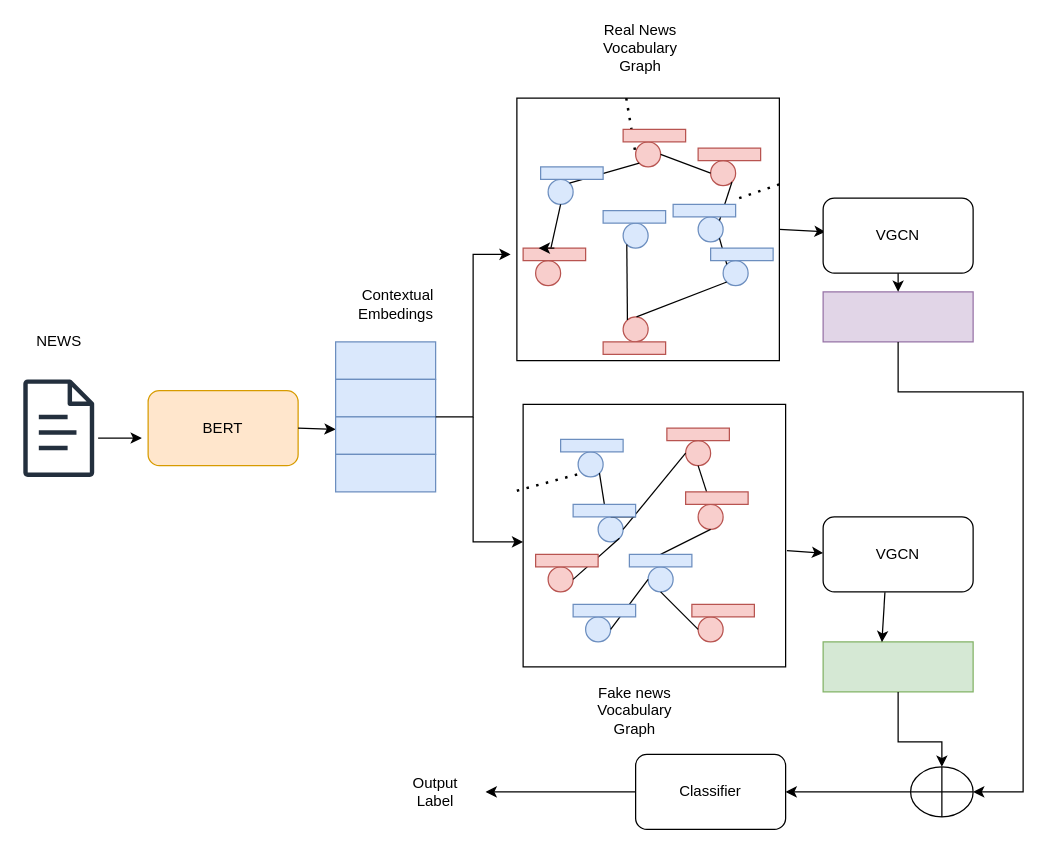
Above: page "Page-1" (2 of 2) of GraphBERT.drawio in prabsh/pj (draw.io), before the change. Source tidied: cells renumbered, new cells numbered last; positions are measured from the earlier drawing's top-left corner, leaving out a move shared by most shapes. Both pictures are drawn from the tidied source at 125%, with x=0, y=0 at pixel (20, 29).
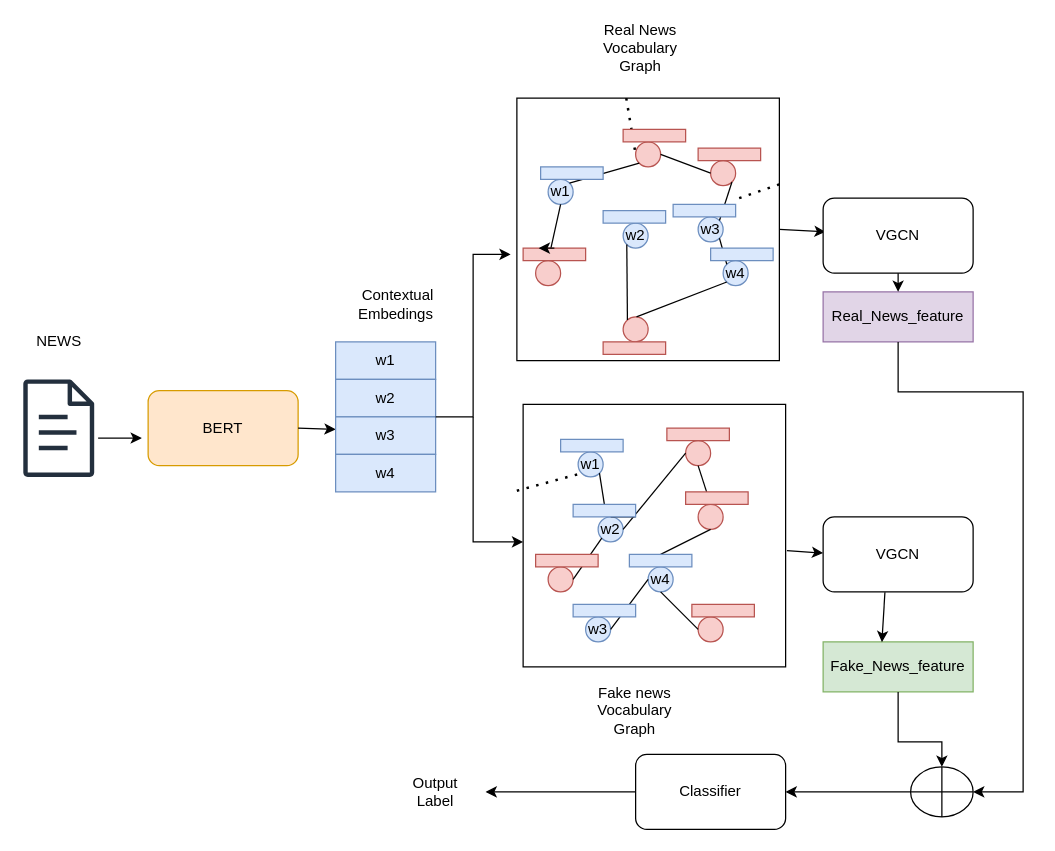
The same page after the edit.

The change refers to these unchanged cells:
```xml
<mxCell id="41" style="ellipse;whiteSpace=wrap;html=1;fillColor=#f8cecc;strokeColor=#b85450;" parent="1" vertex="1">
  <mxGeometry x="422" y="430" width="20" height="20" as="geometry" />
</mxCell>
```

The edit, as a diff of the source:
```diff
@@
-    <mxCell id="6" style="rounded=0;whiteSpace=wrap;html=1;fillColor=#dae8fc;strokeColor=#6c8ebf;" parent="1" vertex="1">
+    <mxCell id="6" value="w1" style="rounded=0;whiteSpace=wrap;html=1;fillColor=#dae8fc;strokeColor=#6c8ebf;" parent="1" vertex="1">
       <mxGeometry x="252" y="250" width="80" height="30" as="geometry" />
     </mxCell>
-    <mxCell id="7" style="rounded=0;whiteSpace=wrap;html=1;fillColor=#dae8fc;strokeColor=#6c8ebf;" parent="1" vertex="1">
+    <mxCell id="7" value="w2" style="rounded=0;whiteSpace=wrap;html=1;fillColor=#dae8fc;strokeColor=#6c8ebf;" parent="1" vertex="1">
       <mxGeometry x="252" y="280" width="80" height="30" as="geometry" />
     </mxCell>
-    <mxCell id="8" style="rounded=0;whiteSpace=wrap;html=1;fillColor=#dae8fc;strokeColor=#6c8ebf;" parent="1" vertex="1">
+    <mxCell id="8" value="w3" style="rounded=0;whiteSpace=wrap;html=1;fillColor=#dae8fc;strokeColor=#6c8ebf;" parent="1" vertex="1">
       <mxGeometry x="252" y="310" width="80" height="30" as="geometry" />
     </mxCell>
-    <mxCell id="9" style="rounded=0;whiteSpace=wrap;html=1;fillColor=#dae8fc;strokeColor=#6c8ebf;" parent="1" vertex="1">
+    <mxCell id="9" value="w4" style="rounded=0;whiteSpace=wrap;html=1;fillColor=#dae8fc;strokeColor=#6c8ebf;" parent="1" vertex="1">
       <mxGeometry x="252" y="340" width="80" height="30" as="geometry" />
     </mxCell>
@@
-    <mxCell id="11" style="ellipse;whiteSpace=wrap;html=1;fillColor=#dae8fc;strokeColor=#6c8ebf;" parent="1" vertex="1">
+    <mxCell id="11" value="w1" style="ellipse;whiteSpace=wrap;html=1;fillColor=#dae8fc;strokeColor=#6c8ebf;" parent="1" vertex="1">
       <mxGeometry x="422" y="120" width="20" height="20" as="geometry" />
     </mxCell>
@@
-    <mxCell id="13" style="ellipse;whiteSpace=wrap;html=1;fillColor=#dae8fc;strokeColor=#6c8ebf;" parent="1" vertex="1">
+    <mxCell id="13" value="w3" style="ellipse;whiteSpace=wrap;html=1;fillColor=#dae8fc;strokeColor=#6c8ebf;" parent="1" vertex="1">
       <mxGeometry x="542" y="150" width="20" height="20" as="geometry" />
     </mxCell>
@@
-    <mxCell id="15" style="ellipse;whiteSpace=wrap;html=1;fillColor=#dae8fc;strokeColor=#6c8ebf;" parent="1" vertex="1">
+    <mxCell id="15" value="w4" style="ellipse;whiteSpace=wrap;html=1;fillColor=#dae8fc;strokeColor=#6c8ebf;" parent="1" vertex="1">
       <mxGeometry x="562" y="185" width="20" height="20" as="geometry" />
     </mxCell>
-    <mxCell id="16" style="ellipse;whiteSpace=wrap;html=1;fillColor=#dae8fc;strokeColor=#6c8ebf;" parent="1" vertex="1">
+    <mxCell id="16" value="w2" style="ellipse;whiteSpace=wrap;html=1;fillColor=#dae8fc;strokeColor=#6c8ebf;" parent="1" vertex="1">
       <mxGeometry x="482" y="155" width="20" height="20" as="geometry" />
     </mxCell>
@@
-    <mxCell id="42" style="ellipse;whiteSpace=wrap;html=1;fillColor=#dae8fc;strokeColor=#6c8ebf;" parent="1" vertex="1">
+    <mxCell id="42" value="w1" style="ellipse;whiteSpace=wrap;html=1;fillColor=#dae8fc;strokeColor=#6c8ebf;" parent="1" vertex="1">
       <mxGeometry x="446" y="338" width="20" height="20" as="geometry" />
     </mxCell>
@@
-    <mxCell id="46" style="ellipse;whiteSpace=wrap;html=1;fillColor=#dae8fc;strokeColor=#6c8ebf;" parent="1" vertex="1">
+    <mxCell id="46" value="w4" style="ellipse;whiteSpace=wrap;html=1;fillColor=#dae8fc;strokeColor=#6c8ebf;" parent="1" vertex="1">
       <mxGeometry x="502" y="430" width="20" height="20" as="geometry" />
     </mxCell>
-    <mxCell id="47" style="ellipse;whiteSpace=wrap;html=1;fillColor=#dae8fc;strokeColor=#6c8ebf;" parent="1" vertex="1">
+    <mxCell id="47" value="w2" style="ellipse;whiteSpace=wrap;html=1;fillColor=#dae8fc;strokeColor=#6c8ebf;" parent="1" vertex="1">
       <mxGeometry x="462" y="390" width="20" height="20" as="geometry" />
     </mxCell>
-    <mxCell id="48" style="ellipse;whiteSpace=wrap;html=1;fillColor=#dae8fc;strokeColor=#6c8ebf;" parent="1" vertex="1">
+    <mxCell id="48" value="w3" style="ellipse;whiteSpace=wrap;html=1;fillColor=#dae8fc;strokeColor=#6c8ebf;" parent="1" vertex="1">
       <mxGeometry x="452" y="470" width="20" height="20" as="geometry" />
     </mxCell>
@@
-    <mxCell id="54" style="endArrow=none;html=1;rounded=0;exitX=1;exitY=1;exitDx=0;exitDy=0;entryX=1;entryY=0.5;entryDx=0;entryDy=0;" parent="1" edge="1" source="47" target="41">
+    <mxCell id="54" style="endArrow=none;html=1;rounded=0;exitX=0;exitY=1;exitDx=0;exitDy=0;entryX=1;entryY=0.5;entryDx=0;entryDy=0;" parent="1" edge="1" source="47" target="41">
       <mxGeometry relative="1" as="geometry" />
     </mxCell>
@@
-    <mxCell id="73" style="rounded=0;whiteSpace=wrap;html=1;fillColor=#e1d5e7;strokeColor=#9673a6;" parent="1" vertex="1">
+    <mxCell id="73" value="Real_News_feature" style="rounded=0;whiteSpace=wrap;html=1;fillColor=#e1d5e7;strokeColor=#9673a6;" parent="1" vertex="1">
       <mxGeometry x="642" y="210" width="120" height="40" as="geometry" />
     </mxCell>
-    <mxCell id="74" style="rounded=0;whiteSpace=wrap;html=1;fillColor=#d5e8d4;strokeColor=#82b366;" parent="1" vertex="1">
+    <mxCell id="74" value="Fake_News_feature" style="rounded=0;whiteSpace=wrap;html=1;fillColor=#d5e8d4;strokeColor=#82b366;" parent="1" vertex="1">
       <mxGeometry x="642" y="490" width="120" height="40" as="geometry" />
     </mxCell>
```
